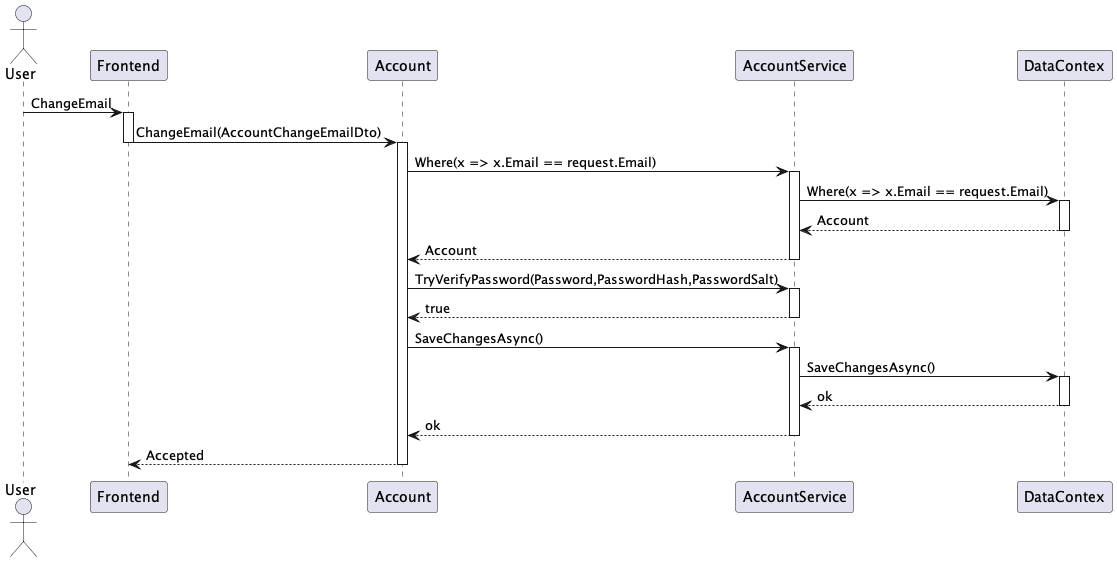
This is out/UML/PlanUML/SequenceDiagram/Account/AccountSequenceChangeEmail/AccountChangeEmail.png from MartinStokholm/PRJ4_Repo, a PlantUML export, as it was before one commit.
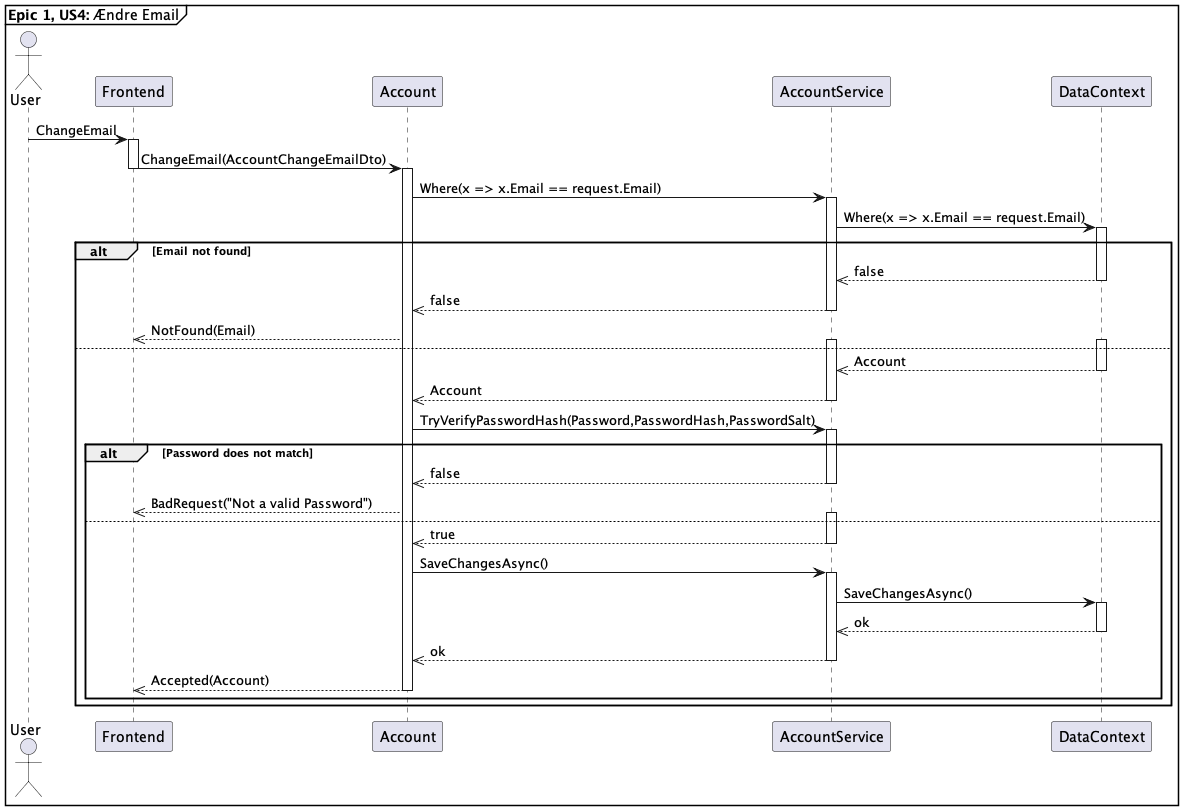
The same file after the commit.

The edit, as a diff of the source:
```diff
@@ -5,7 +5,9 @@
 participant "Frontend" as F
 participant "Account" as A
 participant "AccountService" as S
-participant "DataContex" as D
+participant "DataContext" as D
+mainframe **Epic 1, US4:** Ændre Email
+
 
 U -> F : ChangeEmail
 activate F
@@ -16,25 +18,44 @@
 activate S
 S -> D : Where(x => x.Email == request.Email)
 activate D
-D --> S : Account
-deactivate D
-S --> A : Account
-deactivate S
-A -> S : TryVerifyPassword(Password,PasswordHash,PasswordSalt)
-activate S
-S --> A : true
-deactivate S
-A -> S : SaveChangesAsync()
-activate S
-S -> D : SaveChangesAsync()
-activate D
-D --> S : ok
-deactivate D
-S --> A : ok
-deactivate S
-A --> F : Accepted
-deactivate A
 
+alt Email not found
+    D -->> S : false
+    deactivate D
+    S -->> A : false
+    deactivate S
+    A -->> F : NotFound(Email)
+else
+    activate S
+    activate D
+    D -->> S : Account
+    deactivate D
+    S -->> A : Account
+    deactivate S
 
+    A -> S : TryVerifyPasswordHash(Password,PasswordHash,PasswordSalt)
+
+    alt Password does not match
+        activate S
+        S -->> A: false
+        deactivate S
+        A -->> F : BadRequest("Not a valid Password")
+    else
+        activate S
+        S -->> A : true
+        deactivate S
+
+        A -> S : SaveChangesAsync()
+        activate S
+        S -> D : SaveChangesAsync()
+        activate D
+        D -->> S : ok
+        deactivate D
+        S -->> A : ok
+        deactivate S
+        A -->> F : Accepted(Account)
+        deactivate A
+    end
+end
 
 @enduml
```
